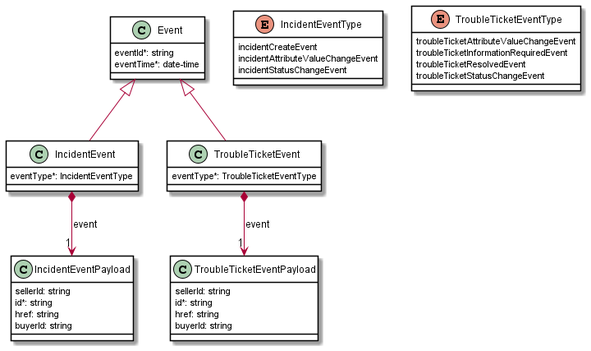
Before: documentation/productApi/troubleTicket/media/useCase18NotificationModel.png, a diagram exported from PlantUML (MEF-GIT/MEF-LSO-Sonata-SDK).
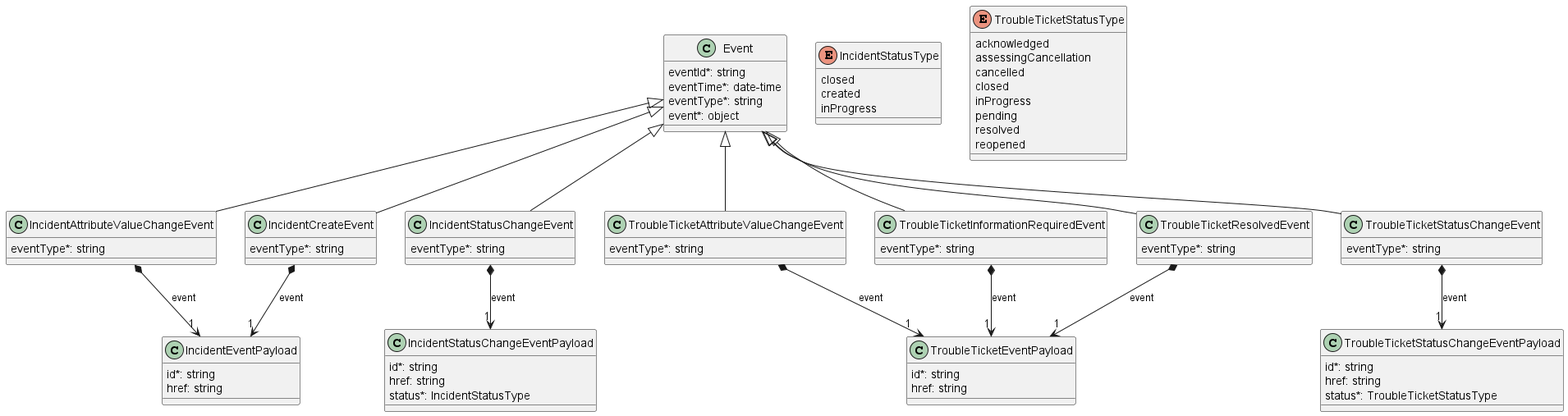
Later version of the same file.

Change to the diagram source:
```diff
@@ -1,17 +1,4 @@
 @startuml
-skinparam {
-    ClassBackgroundColor White
-    ClassBorderColor Black
-}
-
-
-class IncidentEvent {
-
-    eventType*: IncidentEventType
-}
-Event <|-- IncidentEvent
-
-IncidentEvent *-->"1" IncidentEventPayload : event
 
 
 
@@ -19,50 +6,124 @@
 
     eventId*: string
     eventTime*: date-time
+    eventType*: string
+    event*: object
 }
 
 
 
+class IncidentAttributeValueChangeEvent {
+
+    eventType*: string
+}
+Event <|-- IncidentAttributeValueChangeEvent
+
+IncidentAttributeValueChangeEvent *-->"1" IncidentEventPayload : event
+
+
+class IncidentCreateEvent {
+
+    eventType*: string
+}
+Event <|-- IncidentCreateEvent
+
+IncidentCreateEvent *-->"1" IncidentEventPayload : event
+
+
 class IncidentEventPayload {
 
-    sellerId: string
     id*: string
     href: string
-    buyerId: string
 }
 
 
 
-class TroubleTicketEventPayload {
+class IncidentStatusChangeEvent {
 
-    sellerId: string
+    eventType*: string
+}
+Event <|-- IncidentStatusChangeEvent
+
+IncidentStatusChangeEvent *-->"1" IncidentStatusChangeEventPayload : event
+
+
+class IncidentStatusChangeEventPayload {
+
     id*: string
     href: string
-    buyerId: string
+    status*: IncidentStatusType
 }
 
 
 
-enum IncidentEventType {
+enum IncidentStatusType {
 
-    incidentCreateEvent
-    incidentAttributeValueChangeEvent
-    incidentStatusChangeEvent
+    closed
+    created
+    inProgress
 }
-class TroubleTicketEvent {
+class TroubleTicketAttributeValueChangeEvent {
 
-    eventType*: TroubleTicketEventType
+    eventType*: string
 }
-Event <|-- TroubleTicketEvent
+Event <|-- TroubleTicketAttributeValueChangeEvent
 
-TroubleTicketEvent *-->"1" TroubleTicketEventPayload : event
+TroubleTicketAttributeValueChangeEvent *-->"1" TroubleTicketEventPayload : event
 
 
-enum TroubleTicketEventType {
+class TroubleTicketEventPayload {
 
-    troubleTicketAttributeValueChangeEvent
-    troubleTicketInformationRequiredEvent
-    troubleTicketResolvedEvent
-    troubleTicketStatusChangeEvent
+    id*: string
+    href: string
+}
+
+
+
+class TroubleTicketInformationRequiredEvent {
+
+    eventType*: string
+}
+Event <|-- TroubleTicketInformationRequiredEvent
+
+TroubleTicketInformationRequiredEvent *-->"1" TroubleTicketEventPayload : event
+
+
+class TroubleTicketResolvedEvent {
+
+    eventType*: string
+}
+Event <|-- TroubleTicketResolvedEvent
+
+TroubleTicketResolvedEvent *-->"1" TroubleTicketEventPayload : event
+
+
+class TroubleTicketStatusChangeEvent {
+
+    eventType*: string
+}
+Event <|-- TroubleTicketStatusChangeEvent
+
+TroubleTicketStatusChangeEvent *-->"1" TroubleTicketStatusChangeEventPayload : event
+
+
+class TroubleTicketStatusChangeEventPayload {
+
+    id*: string
+    href: string
+    status*: TroubleTicketStatusType
+}
+
+
+
+enum TroubleTicketStatusType {
+
+    acknowledged
+    assessingCancellation
+    cancelled
+    closed
+    inProgress
+    pending
+    resolved
+    reopened
 }
 @enduml
```
